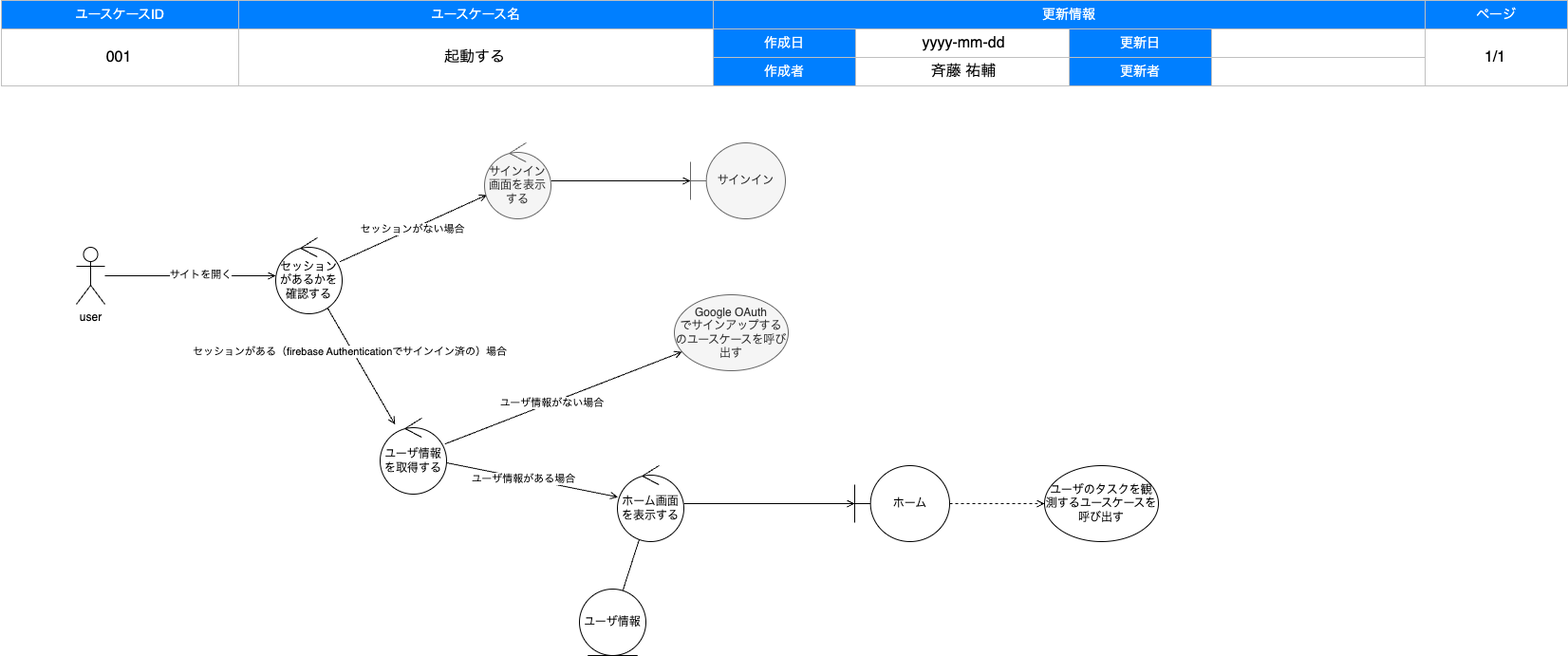
uskithub/CABoilerplate keeps this draw.io diagram as documents/nobody/001_boot.drawio.png. Above is the earlier version. Source tidied: cells renumbered, new cells last; positions are measured from the earlier drawing's top-left corner, leaving out a move shared by most shapes.
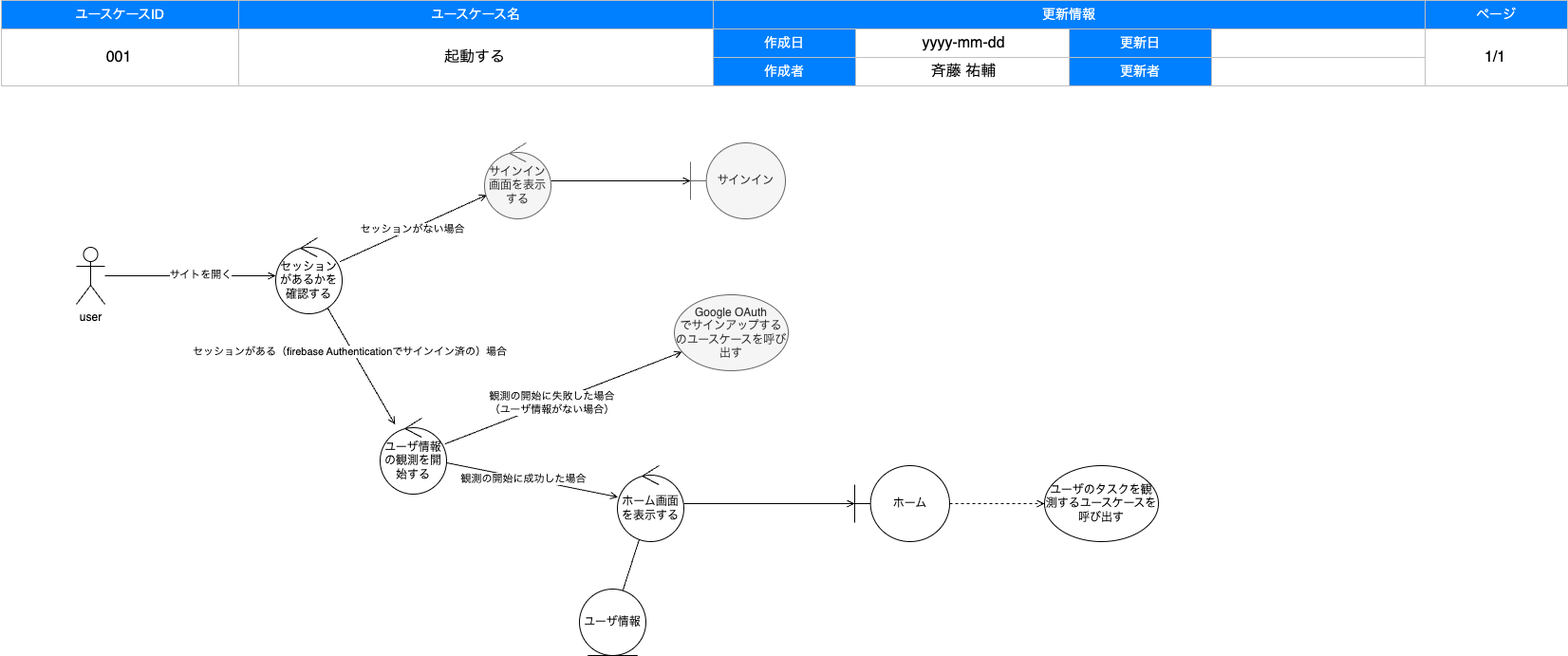
After the commit.

The edit, as a diff of the source:
```diff
@@ -128,19 +128,19 @@
     <mxCell id="43" value="Google OAuth&lt;br&gt;でサインアップするのユースケースを呼び出す" style="ellipse;whiteSpace=wrap;html=1;fillColor=#f5f5f5;fontColor=#333333;strokeColor=#666666;" parent="24" vertex="1">
       <mxGeometry x="710" y="310" width="120" height="80" as="geometry" />
     </mxCell>
-    <mxCell id="44" value="ユーザ情報を取得する" style="ellipse;shape=umlControl;whiteSpace=wrap;html=1;" parent="24" vertex="1">
+    <mxCell id="44" value="ユーザ情報の観測を開始する" style="ellipse;shape=umlControl;whiteSpace=wrap;html=1;" parent="24" vertex="1">
       <mxGeometry x="400" y="440" width="70" height="80" as="geometry" />
     </mxCell>
     <mxCell id="45" style="edgeStyle=none;html=1;endArrow=open;endFill=0;startArrow=none;" parent="24" edge="1" source="44" target="35">
       <mxGeometry relative="1" as="geometry" />
     </mxCell>
-    <mxCell id="46" value="ユーザ情報がある場合" style="edgeLabel;html=1;align=center;verticalAlign=middle;" parent="45" vertex="1">
+    <mxCell id="46" value="観測の開始に成功した場合" style="edgeLabel;html=1;align=center;verticalAlign=middle;" parent="45" vertex="1">
       <mxGeometry x="-0.1" relative="1" as="geometry" />
     </mxCell>
     <mxCell id="47" style="edgeStyle=none;html=1;endArrow=open;endFill=0;startArrow=none;" parent="24" edge="1" source="44" target="43">
       <mxGeometry relative="1" as="geometry" />
     </mxCell>
-    <mxCell id="48" value="ユーザ情報がない場合" style="edgeLabel;html=1;align=center;verticalAlign=middle;" parent="47" vertex="1">
+    <mxCell id="48" value="観測の開始に失敗した場合&lt;br&gt;（ユーザ情報がない場合）" style="edgeLabel;html=1;align=center;verticalAlign=middle;" parent="47" vertex="1">
       <mxGeometry x="-0.1" relative="1" as="geometry" />
     </mxCell>
   </root>
```
